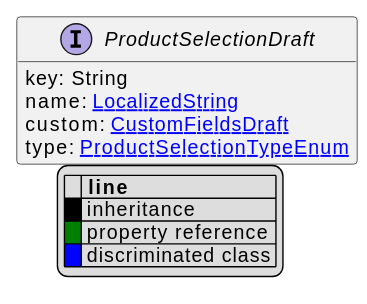
The PlantUML diagram uml/api/svg/ProductSelectionDraft.svg in commercetools/commercetools-api-reference, before a commit.
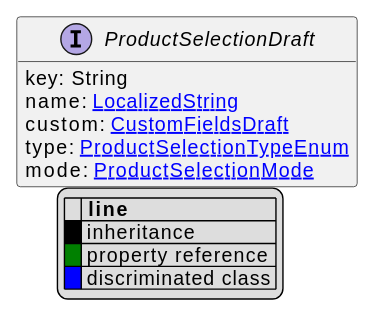
After the commit.

Diff of the diagram source:
```diff
@@ -13,6 +13,7 @@
     name: [[LocalizedString.svg LocalizedString]]
     custom: [[CustomFieldsDraft.svg CustomFieldsDraft]]
     type: [[ProductSelectionTypeEnum.svg ProductSelectionTypeEnum]]
+    mode: [[ProductSelectionMode.svg ProductSelectionMode]]
 }
 
 
```
